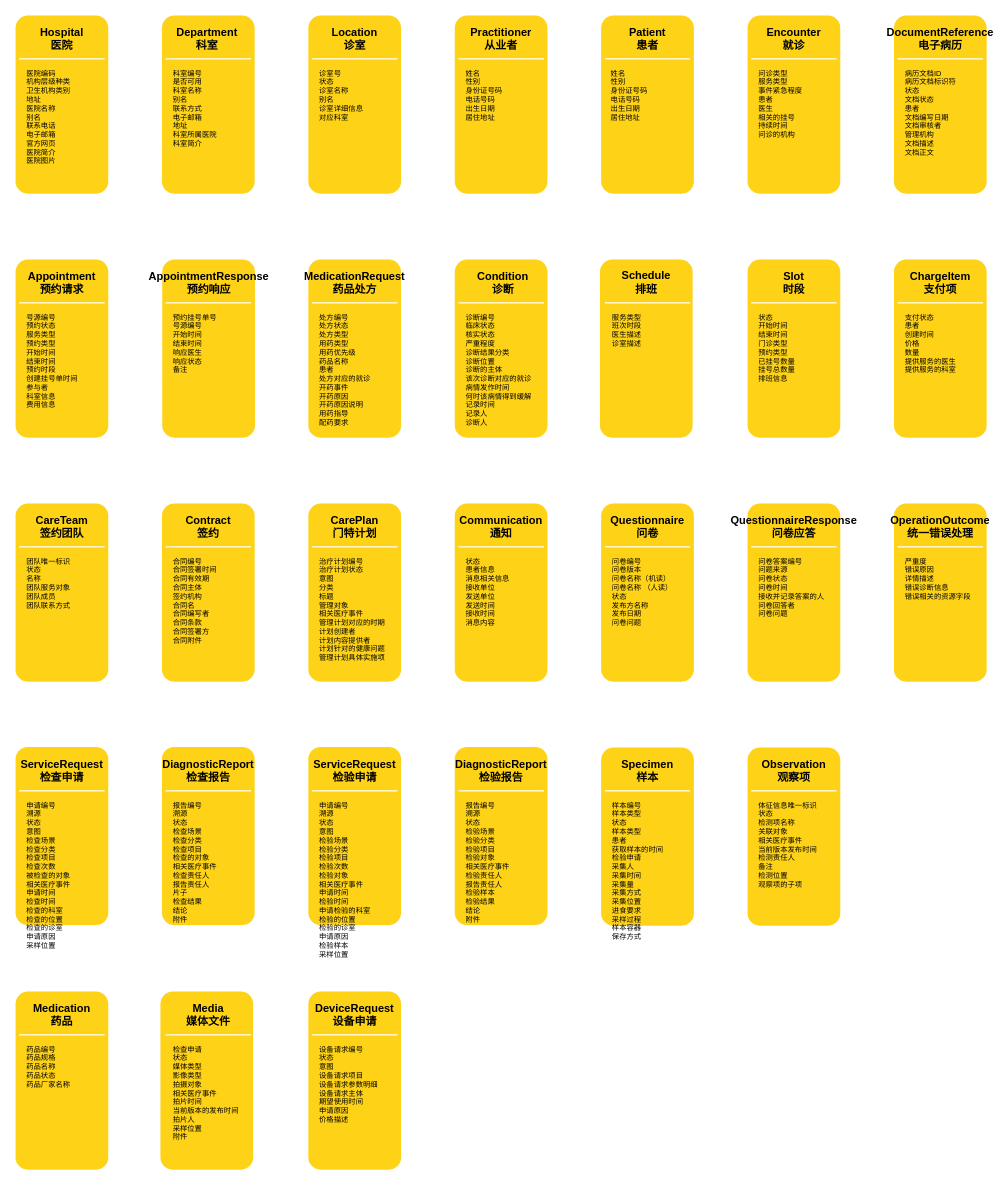
gingili/diagram keeps this draw.io diagram as 新都医共体核心数据集.drawio. Above is the earlier version. Source tidied: cells renumbered, new cells numbered last; positions are measured from the earlier drawing's top-left corner, leaving out a move shared by most shapes. Both pictures are drawn from the tidied source at 61%, with x=0, y=0 at pixel (13, 13).
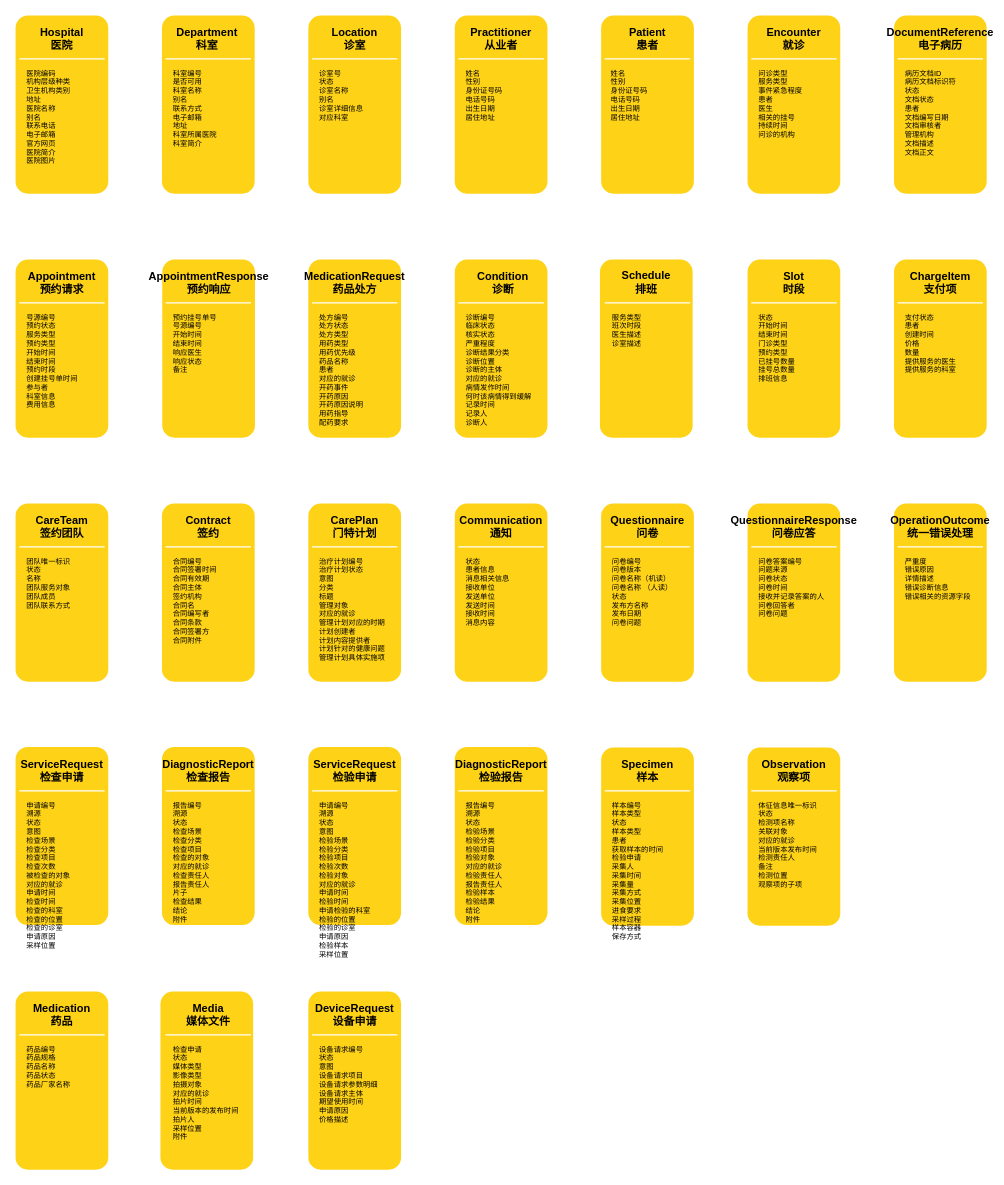
The same diagram, later.

The edit, as a diff of the source:
```diff
@@
-    <mxCell id="16" value="处方编号&lt;br style=&quot;font-size: 12px&quot;&gt;处方状态&lt;br style=&quot;font-size: 12px&quot;&gt;处方类型&lt;br style=&quot;font-size: 12px&quot;&gt;用药类型&lt;br style=&quot;font-size: 12px&quot;&gt;用药优先级&lt;br style=&quot;font-size: 12px&quot;&gt;药品名称&lt;br style=&quot;font-size: 12px&quot;&gt;患者&lt;br style=&quot;font-size: 12px&quot;&gt;处方对应的就诊&lt;br style=&quot;font-size: 12px&quot;&gt;开药事件&lt;br style=&quot;font-size: 12px&quot;&gt;开药原因&lt;br style=&quot;font-size: 12px&quot;&gt;开药原因说明&lt;br style=&quot;font-size: 12px&quot;&gt;用药指导&lt;br style=&quot;font-size: 12px&quot;&gt;配药要求" style="text;html=1;strokeColor=none;fillColor=none;align=left;verticalAlign=top;whiteSpace=wrap;rounded=0;shadow=0;fontSize=12;fontColor=#000000;" parent="1" vertex="1">
+    <mxCell id="16" value="处方编号&lt;br style=&quot;font-size: 12px&quot;&gt;处方状态&lt;br style=&quot;font-size: 12px&quot;&gt;处方类型&lt;br style=&quot;font-size: 12px&quot;&gt;用药类型&lt;br style=&quot;font-size: 12px&quot;&gt;用药优先级&lt;br style=&quot;font-size: 12px&quot;&gt;药品名称&lt;br style=&quot;font-size: 12px&quot;&gt;患者&lt;br style=&quot;font-size: 12px&quot;&gt;对应的就诊&lt;br style=&quot;font-size: 12px&quot;&gt;开药事件&lt;br style=&quot;font-size: 12px&quot;&gt;开药原因&lt;br style=&quot;font-size: 12px&quot;&gt;开药原因说明&lt;br style=&quot;font-size: 12px&quot;&gt;用药指导&lt;br style=&quot;font-size: 12px&quot;&gt;配药要求" style="text;html=1;strokeColor=none;fillColor=none;align=left;verticalAlign=top;whiteSpace=wrap;rounded=0;shadow=0;fontSize=12;fontColor=#000000;" parent="1" vertex="1">
       <mxGeometry x="500" y="485" width="120" height="200" as="geometry" />
     </mxCell>
@@
-    <mxCell id="39" value="&lt;div style=&quot;font-size: 12px&quot;&gt;治疗计划编号&lt;/div&gt;&lt;div style=&quot;font-size: 12px&quot;&gt;治疗计划状态&lt;/div&gt;&lt;div style=&quot;font-size: 12px&quot;&gt;意图&lt;/div&gt;&lt;div style=&quot;font-size: 12px&quot;&gt;分类&lt;/div&gt;&lt;div style=&quot;font-size: 12px&quot;&gt;标题&lt;/div&gt;&lt;div style=&quot;font-size: 12px&quot;&gt;管理对象&lt;/div&gt;&lt;div style=&quot;font-size: 12px&quot;&gt;相关医疗事件&lt;/div&gt;&lt;div style=&quot;font-size: 12px&quot;&gt;管理计划对应的时期&lt;/div&gt;&lt;div style=&quot;font-size: 12px&quot;&gt;计划创建者&lt;/div&gt;&lt;div style=&quot;font-size: 12px&quot;&gt;计划内容提供者&lt;/div&gt;&lt;div style=&quot;font-size: 12px&quot;&gt;计划针对的健康问题&lt;/div&gt;&lt;div style=&quot;font-size: 12px&quot;&gt;管理计划具体实施项&lt;/div&gt;&lt;div style=&quot;font-size: 12px&quot;&gt;&lt;br style=&quot;font-size: 12px&quot;&gt;&lt;/div&gt;" style="text;html=1;strokeColor=none;fillColor=none;align=left;verticalAlign=top;whiteSpace=wrap;rounded=0;shadow=0;fontSize=12;fontColor=#000000;" parent="1" vertex="1">
+    <mxCell id="39" value="&lt;div style=&quot;font-size: 12px&quot;&gt;治疗计划编号&lt;/div&gt;&lt;div style=&quot;font-size: 12px&quot;&gt;治疗计划状态&lt;/div&gt;&lt;div style=&quot;font-size: 12px&quot;&gt;意图&lt;/div&gt;&lt;div style=&quot;font-size: 12px&quot;&gt;分类&lt;/div&gt;&lt;div style=&quot;font-size: 12px&quot;&gt;标题&lt;/div&gt;&lt;div style=&quot;font-size: 12px&quot;&gt;管理对象&lt;/div&gt;&lt;div style=&quot;font-size: 12px&quot;&gt;对应的就诊&lt;br&gt;&lt;/div&gt;&lt;div style=&quot;font-size: 12px&quot;&gt;管理计划对应的时期&lt;/div&gt;&lt;div style=&quot;font-size: 12px&quot;&gt;计划创建者&lt;/div&gt;&lt;div style=&quot;font-size: 12px&quot;&gt;计划内容提供者&lt;/div&gt;&lt;div style=&quot;font-size: 12px&quot;&gt;计划针对的健康问题&lt;/div&gt;&lt;div style=&quot;font-size: 12px&quot;&gt;管理计划具体实施项&lt;/div&gt;&lt;div style=&quot;font-size: 12px&quot;&gt;&lt;br style=&quot;font-size: 12px&quot;&gt;&lt;/div&gt;" style="text;html=1;strokeColor=none;fillColor=none;align=left;verticalAlign=top;whiteSpace=wrap;rounded=0;shadow=0;fontSize=12;fontColor=#000000;" parent="1" vertex="1">
       <mxGeometry x="500" y="885" width="120" height="200" as="geometry" />
     </mxCell>
@@
-    <mxCell id="51" value="&lt;div style=&quot;font-size: 12px&quot;&gt;诊断编号&lt;/div&gt;&lt;div style=&quot;font-size: 12px&quot;&gt;临床状态&lt;/div&gt;&lt;div style=&quot;font-size: 12px&quot;&gt;核实状态&lt;/div&gt;&lt;div style=&quot;font-size: 12px&quot;&gt;严重程度&lt;/div&gt;&lt;div style=&quot;font-size: 12px&quot;&gt;诊断结果分类&lt;/div&gt;&lt;div style=&quot;font-size: 12px&quot;&gt;诊断位置&lt;/div&gt;&lt;div style=&quot;font-size: 12px&quot;&gt;诊断的主体&lt;/div&gt;&lt;div style=&quot;font-size: 12px&quot;&gt;该次诊断对应的就诊&lt;/div&gt;&lt;div style=&quot;font-size: 12px&quot;&gt;病情发作时间&lt;/div&gt;&lt;div style=&quot;font-size: 12px&quot;&gt;何时该病情得到缓解&lt;/div&gt;&lt;div style=&quot;font-size: 12px&quot;&gt;记录时间&lt;/div&gt;&lt;div style=&quot;font-size: 12px&quot;&gt;记录人&lt;/div&gt;&lt;div style=&quot;font-size: 12px&quot;&gt;诊断人&lt;/div&gt;&lt;div style=&quot;font-size: 12px&quot;&gt;&lt;br style=&quot;font-size: 12px&quot;&gt;&lt;/div&gt;" style="text;html=1;strokeColor=none;fillColor=none;align=left;verticalAlign=top;whiteSpace=wrap;rounded=0;shadow=0;fontSize=12;fontColor=#000000;" parent="1" vertex="1">
+    <mxCell id="51" value="&lt;div style=&quot;font-size: 12px&quot;&gt;诊断编号&lt;/div&gt;&lt;div style=&quot;font-size: 12px&quot;&gt;临床状态&lt;/div&gt;&lt;div style=&quot;font-size: 12px&quot;&gt;核实状态&lt;/div&gt;&lt;div style=&quot;font-size: 12px&quot;&gt;严重程度&lt;/div&gt;&lt;div style=&quot;font-size: 12px&quot;&gt;诊断结果分类&lt;/div&gt;&lt;div style=&quot;font-size: 12px&quot;&gt;诊断位置&lt;/div&gt;&lt;div style=&quot;font-size: 12px&quot;&gt;诊断的主体&lt;/div&gt;&lt;div style=&quot;font-size: 12px&quot;&gt;对应的就诊&lt;/div&gt;&lt;div style=&quot;font-size: 12px&quot;&gt;病情发作时间&lt;/div&gt;&lt;div style=&quot;font-size: 12px&quot;&gt;何时该病情得到缓解&lt;/div&gt;&lt;div style=&quot;font-size: 12px&quot;&gt;记录时间&lt;/div&gt;&lt;div style=&quot;font-size: 12px&quot;&gt;记录人&lt;/div&gt;&lt;div style=&quot;font-size: 12px&quot;&gt;诊断人&lt;/div&gt;&lt;div style=&quot;font-size: 12px&quot;&gt;&lt;br style=&quot;font-size: 12px&quot;&gt;&lt;/div&gt;" style="text;html=1;strokeColor=none;fillColor=none;align=left;verticalAlign=top;whiteSpace=wrap;rounded=0;shadow=0;fontSize=12;fontColor=#000000;" parent="1" vertex="1">
       <mxGeometry x="740" y="485" width="120" height="200" as="geometry" />
     </mxCell>
@@
-    <mxCell id="60" value="&lt;div style=&quot;font-size: 12px;&quot;&gt;报告编号&lt;/div&gt;&lt;div style=&quot;font-size: 12px;&quot;&gt;溯源&lt;/div&gt;&lt;div style=&quot;font-size: 12px;&quot;&gt;状态&lt;/div&gt;&lt;div style=&quot;font-size: 12px;&quot;&gt;检查场景&lt;/div&gt;&lt;div style=&quot;font-size: 12px;&quot;&gt;检查分类&lt;/div&gt;&lt;div style=&quot;font-size: 12px;&quot;&gt;检查项目&lt;/div&gt;&lt;div style=&quot;font-size: 12px;&quot;&gt;检查的对象&lt;/div&gt;&lt;div style=&quot;font-size: 12px;&quot;&gt;相关医疗事件&lt;/div&gt;&lt;div style=&quot;font-size: 12px;&quot;&gt;检查责任人&lt;/div&gt;&lt;div style=&quot;font-size: 12px;&quot;&gt;报告责任人&lt;/div&gt;&lt;div style=&quot;font-size: 12px;&quot;&gt;片子&lt;/div&gt;&lt;div style=&quot;font-size: 12px;&quot;&gt;检查结果&lt;/div&gt;&lt;div style=&quot;font-size: 12px;&quot;&gt;结论&lt;/div&gt;&lt;div style=&quot;font-size: 12px;&quot;&gt;附件&lt;/div&gt;" style="text;html=1;strokeColor=none;fillColor=none;align=left;verticalAlign=top;whiteSpace=wrap;rounded=0;shadow=0;fontSize=12;fontColor=#000000;" parent="1" vertex="1">
+    <mxCell id="60" value="&lt;div style=&quot;font-size: 12px&quot;&gt;报告编号&lt;/div&gt;&lt;div style=&quot;font-size: 12px&quot;&gt;溯源&lt;/div&gt;&lt;div style=&quot;font-size: 12px&quot;&gt;状态&lt;/div&gt;&lt;div style=&quot;font-size: 12px&quot;&gt;检查场景&lt;/div&gt;&lt;div style=&quot;font-size: 12px&quot;&gt;检查分类&lt;/div&gt;&lt;div style=&quot;font-size: 12px&quot;&gt;检查项目&lt;/div&gt;&lt;div style=&quot;font-size: 12px&quot;&gt;检查的对象&lt;/div&gt;&lt;div style=&quot;font-size: 12px&quot;&gt;对应的就诊&lt;br&gt;&lt;/div&gt;&lt;div style=&quot;font-size: 12px&quot;&gt;检查责任人&lt;/div&gt;&lt;div style=&quot;font-size: 12px&quot;&gt;报告责任人&lt;/div&gt;&lt;div style=&quot;font-size: 12px&quot;&gt;片子&lt;/div&gt;&lt;div style=&quot;font-size: 12px&quot;&gt;检查结果&lt;/div&gt;&lt;div style=&quot;font-size: 12px&quot;&gt;结论&lt;/div&gt;&lt;div style=&quot;font-size: 12px&quot;&gt;附件&lt;/div&gt;" style="text;html=1;strokeColor=none;fillColor=none;align=left;verticalAlign=top;whiteSpace=wrap;rounded=0;shadow=0;fontSize=12;fontColor=#000000;" parent="1" vertex="1">
       <mxGeometry x="260" y="1285" width="120" height="200" as="geometry" />
     </mxCell>
@@
-    <mxCell id="79" value="&lt;div style=&quot;font-size: 12px;&quot;&gt;体征信息唯一标识&lt;/div&gt;&lt;div style=&quot;font-size: 12px;&quot;&gt;状态&lt;/div&gt;&lt;div style=&quot;font-size: 12px;&quot;&gt;检测项名称&lt;/div&gt;&lt;div style=&quot;font-size: 12px;&quot;&gt;关联对象&lt;/div&gt;&lt;div style=&quot;font-size: 12px;&quot;&gt;相关医疗事件&lt;/div&gt;&lt;div style=&quot;font-size: 12px;&quot;&gt;当前版本发布时间&lt;/div&gt;&lt;div style=&quot;font-size: 12px;&quot;&gt;检测责任人&lt;/div&gt;&lt;div style=&quot;font-size: 12px;&quot;&gt;备注&lt;/div&gt;&lt;div style=&quot;font-size: 12px;&quot;&gt;检测位置&lt;/div&gt;&lt;div style=&quot;font-size: 12px;&quot;&gt;观察项的子项&lt;/div&gt;&lt;div style=&quot;font-size: 12px;&quot;&gt;&lt;br style=&quot;font-size: 12px;&quot;&gt;&lt;/div&gt;" style="text;html=1;strokeColor=none;fillColor=none;align=left;verticalAlign=top;whiteSpace=wrap;rounded=0;shadow=0;fontSize=12;fontColor=#000000;" parent="1" vertex="1">
+    <mxCell id="79" value="&lt;div style=&quot;font-size: 12px&quot;&gt;体征信息唯一标识&lt;/div&gt;&lt;div style=&quot;font-size: 12px&quot;&gt;状态&lt;/div&gt;&lt;div style=&quot;font-size: 12px&quot;&gt;检测项名称&lt;/div&gt;&lt;div style=&quot;font-size: 12px&quot;&gt;关联对象&lt;/div&gt;&lt;div style=&quot;font-size: 12px&quot;&gt;对应的就诊&lt;br&gt;&lt;/div&gt;&lt;div style=&quot;font-size: 12px&quot;&gt;当前版本发布时间&lt;/div&gt;&lt;div style=&quot;font-size: 12px&quot;&gt;检测责任人&lt;/div&gt;&lt;div style=&quot;font-size: 12px&quot;&gt;备注&lt;/div&gt;&lt;div style=&quot;font-size: 12px&quot;&gt;检测位置&lt;/div&gt;&lt;div style=&quot;font-size: 12px&quot;&gt;观察项的子项&lt;/div&gt;&lt;div style=&quot;font-size: 12px&quot;&gt;&lt;br style=&quot;font-size: 12px&quot;&gt;&lt;/div&gt;" style="text;html=1;strokeColor=none;fillColor=none;align=left;verticalAlign=top;whiteSpace=wrap;rounded=0;shadow=0;fontSize=12;fontColor=#000000;" parent="1" vertex="1">
       <mxGeometry x="1220" y="1285" width="120" height="200" as="geometry" />
     </mxCell>
@@
-    <mxCell id="87" value="&lt;div style=&quot;font-size: 12px;&quot;&gt;&lt;div style=&quot;font-size: 12px;&quot;&gt;申请编号&lt;/div&gt;&lt;div style=&quot;font-size: 12px;&quot;&gt;溯源&lt;/div&gt;&lt;div style=&quot;font-size: 12px;&quot;&gt;状态&lt;/div&gt;&lt;div style=&quot;font-size: 12px;&quot;&gt;意图&lt;/div&gt;&lt;div style=&quot;font-size: 12px;&quot;&gt;检验场景&lt;/div&gt;&lt;div style=&quot;font-size: 12px;&quot;&gt;检验分类&lt;/div&gt;&lt;div style=&quot;font-size: 12px;&quot;&gt;检验项目&lt;/div&gt;&lt;div style=&quot;font-size: 12px;&quot;&gt;检验次数&lt;/div&gt;&lt;div style=&quot;font-size: 12px;&quot;&gt;检验对象&lt;/div&gt;&lt;div style=&quot;font-size: 12px;&quot;&gt;相关医疗事件&lt;/div&gt;&lt;div style=&quot;font-size: 12px;&quot;&gt;申请时间&lt;/div&gt;&lt;div style=&quot;font-size: 12px;&quot;&gt;检验时间&lt;/div&gt;&lt;div style=&quot;font-size: 12px;&quot;&gt;申请检验的科室&lt;/div&gt;&lt;div style=&quot;font-size: 12px;&quot;&gt;检验的位置&lt;/div&gt;&lt;div style=&quot;font-size: 12px;&quot;&gt;检验的诊室&lt;/div&gt;&lt;div style=&quot;font-size: 12px;&quot;&gt;申请原因&lt;/div&gt;&lt;div style=&quot;font-size: 12px;&quot;&gt;检验样本&lt;/div&gt;&lt;div style=&quot;font-size: 12px;&quot;&gt;采样位置&lt;/div&gt;&lt;/div&gt;" style="text;html=1;strokeColor=none;fillColor=none;align=left;verticalAlign=top;whiteSpace=wrap;rounded=0;shadow=0;fontSize=12;fontColor=#000000;" parent="1" vertex="1">
+    <mxCell id="87" value="&lt;div style=&quot;font-size: 12px&quot;&gt;&lt;div style=&quot;font-size: 12px&quot;&gt;申请编号&lt;/div&gt;&lt;div style=&quot;font-size: 12px&quot;&gt;溯源&lt;/div&gt;&lt;div style=&quot;font-size: 12px&quot;&gt;状态&lt;/div&gt;&lt;div style=&quot;font-size: 12px&quot;&gt;意图&lt;/div&gt;&lt;div style=&quot;font-size: 12px&quot;&gt;检验场景&lt;/div&gt;&lt;div style=&quot;font-size: 12px&quot;&gt;检验分类&lt;/div&gt;&lt;div style=&quot;font-size: 12px&quot;&gt;检验项目&lt;/div&gt;&lt;div style=&quot;font-size: 12px&quot;&gt;检验次数&lt;/div&gt;&lt;div style=&quot;font-size: 12px&quot;&gt;检验对象&lt;/div&gt;&lt;div style=&quot;font-size: 12px&quot;&gt;对应的就诊&lt;br&gt;&lt;/div&gt;&lt;div style=&quot;font-size: 12px&quot;&gt;申请时间&lt;/div&gt;&lt;div style=&quot;font-size: 12px&quot;&gt;检验时间&lt;/div&gt;&lt;div style=&quot;font-size: 12px&quot;&gt;申请检验的科室&lt;/div&gt;&lt;div style=&quot;font-size: 12px&quot;&gt;检验的位置&lt;/div&gt;&lt;div style=&quot;font-size: 12px&quot;&gt;检验的诊室&lt;/div&gt;&lt;div style=&quot;font-size: 12px&quot;&gt;申请原因&lt;/div&gt;&lt;div style=&quot;font-size: 12px&quot;&gt;检验样本&lt;/div&gt;&lt;div style=&quot;font-size: 12px&quot;&gt;采样位置&lt;/div&gt;&lt;/div&gt;" style="text;html=1;strokeColor=none;fillColor=none;align=left;verticalAlign=top;whiteSpace=wrap;rounded=0;shadow=0;fontSize=12;fontColor=#000000;" parent="1" vertex="1">
       <mxGeometry x="500" y="1285" width="120" height="200" as="geometry" />
     </mxCell>
@@
-    <mxCell id="91" value="&lt;div style=&quot;font-size: 12px;&quot;&gt;&lt;div style=&quot;font-size: 12px;&quot;&gt;报告编号&lt;/div&gt;&lt;div style=&quot;font-size: 12px;&quot;&gt;溯源&lt;/div&gt;&lt;div style=&quot;font-size: 12px;&quot;&gt;状态&lt;/div&gt;&lt;div style=&quot;font-size: 12px;&quot;&gt;检验场景&lt;/div&gt;&lt;div style=&quot;font-size: 12px;&quot;&gt;检验分类&lt;/div&gt;&lt;div style=&quot;font-size: 12px;&quot;&gt;检验项目&lt;/div&gt;&lt;div style=&quot;font-size: 12px;&quot;&gt;检验对象&lt;/div&gt;&lt;div style=&quot;font-size: 12px;&quot;&gt;相关医疗事件&lt;/div&gt;&lt;div style=&quot;font-size: 12px;&quot;&gt;检验责任人&lt;/div&gt;&lt;div style=&quot;font-size: 12px;&quot;&gt;报告责任人&lt;/div&gt;&lt;div style=&quot;font-size: 12px;&quot;&gt;检验样本&lt;/div&gt;&lt;div style=&quot;font-size: 12px;&quot;&gt;检验结果&lt;/div&gt;&lt;div style=&quot;font-size: 12px;&quot;&gt;结论&lt;/div&gt;&lt;div style=&quot;font-size: 12px;&quot;&gt;附件&lt;/div&gt;&lt;/div&gt;" style="text;html=1;strokeColor=none;fillColor=none;align=left;verticalAlign=top;whiteSpace=wrap;rounded=0;shadow=0;fontSize=12;fontColor=#000000;" parent="1" vertex="1">
+    <mxCell id="91" value="&lt;div style=&quot;font-size: 12px&quot;&gt;&lt;div style=&quot;font-size: 12px&quot;&gt;报告编号&lt;/div&gt;&lt;div style=&quot;font-size: 12px&quot;&gt;溯源&lt;/div&gt;&lt;div style=&quot;font-size: 12px&quot;&gt;状态&lt;/div&gt;&lt;div style=&quot;font-size: 12px&quot;&gt;检验场景&lt;/div&gt;&lt;div style=&quot;font-size: 12px&quot;&gt;检验分类&lt;/div&gt;&lt;div style=&quot;font-size: 12px&quot;&gt;检验项目&lt;/div&gt;&lt;div style=&quot;font-size: 12px&quot;&gt;检验对象&lt;/div&gt;&lt;div style=&quot;font-size: 12px&quot;&gt;对应的就诊&lt;br&gt;&lt;/div&gt;&lt;div style=&quot;font-size: 12px&quot;&gt;检验责任人&lt;/div&gt;&lt;div style=&quot;font-size: 12px&quot;&gt;报告责任人&lt;/div&gt;&lt;div style=&quot;font-size: 12px&quot;&gt;检验样本&lt;/div&gt;&lt;div style=&quot;font-size: 12px&quot;&gt;检验结果&lt;/div&gt;&lt;div style=&quot;font-size: 12px&quot;&gt;结论&lt;/div&gt;&lt;div style=&quot;font-size: 12px&quot;&gt;附件&lt;/div&gt;&lt;/div&gt;" style="text;html=1;strokeColor=none;fillColor=none;align=left;verticalAlign=top;whiteSpace=wrap;rounded=0;shadow=0;fontSize=12;fontColor=#000000;" parent="1" vertex="1">
       <mxGeometry x="740" y="1285" width="120" height="200" as="geometry" />
     </mxCell>
@@
-    <mxCell id="95" value="&lt;div style=&quot;font-size: 12px;&quot;&gt;申请编号&lt;/div&gt;&lt;div style=&quot;font-size: 12px;&quot;&gt;溯源&lt;/div&gt;&lt;div style=&quot;font-size: 12px;&quot;&gt;状态&lt;/div&gt;&lt;div style=&quot;font-size: 12px;&quot;&gt;意图&lt;/div&gt;&lt;div style=&quot;font-size: 12px;&quot;&gt;检查场景&lt;/div&gt;&lt;div style=&quot;font-size: 12px;&quot;&gt;检查分类&lt;/div&gt;&lt;div style=&quot;font-size: 12px;&quot;&gt;检查项目&lt;/div&gt;&lt;div style=&quot;font-size: 12px;&quot;&gt;检查次数&lt;/div&gt;&lt;div style=&quot;font-size: 12px;&quot;&gt;被检查的对象&lt;/div&gt;&lt;div style=&quot;font-size: 12px;&quot;&gt;相关医疗事件&lt;/div&gt;&lt;div style=&quot;font-size: 12px;&quot;&gt;申请时间&lt;/div&gt;&lt;div style=&quot;font-size: 12px;&quot;&gt;检查时间&lt;/div&gt;&lt;div style=&quot;font-size: 12px;&quot;&gt;检查的科室&lt;/div&gt;&lt;div style=&quot;font-size: 12px;&quot;&gt;检查的位置&lt;/div&gt;&lt;div style=&quot;font-size: 12px;&quot;&gt;检查的诊室&lt;/div&gt;&lt;div style=&quot;font-size: 12px;&quot;&gt;申请原因&lt;/div&gt;&lt;div style=&quot;font-size: 12px;&quot;&gt;采样位置&lt;/div&gt;" style="text;html=1;strokeColor=none;fillColor=none;align=left;verticalAlign=top;whiteSpace=wrap;rounded=0;shadow=0;fontSize=12;fontColor=#000000;" parent="1" vertex="1">
+    <mxCell id="95" value="&lt;div style=&quot;font-size: 12px&quot;&gt;申请编号&lt;/div&gt;&lt;div style=&quot;font-size: 12px&quot;&gt;溯源&lt;/div&gt;&lt;div style=&quot;font-size: 12px&quot;&gt;状态&lt;/div&gt;&lt;div style=&quot;font-size: 12px&quot;&gt;意图&lt;/div&gt;&lt;div style=&quot;font-size: 12px&quot;&gt;检查场景&lt;/div&gt;&lt;div style=&quot;font-size: 12px&quot;&gt;检查分类&lt;/div&gt;&lt;div style=&quot;font-size: 12px&quot;&gt;检查项目&lt;/div&gt;&lt;div style=&quot;font-size: 12px&quot;&gt;检查次数&lt;/div&gt;&lt;div style=&quot;font-size: 12px&quot;&gt;被检查的对象&lt;/div&gt;&lt;div style=&quot;font-size: 12px&quot;&gt;对应的就诊&lt;br&gt;&lt;/div&gt;&lt;div style=&quot;font-size: 12px&quot;&gt;申请时间&lt;/div&gt;&lt;div style=&quot;font-size: 12px&quot;&gt;检查时间&lt;/div&gt;&lt;div style=&quot;font-size: 12px&quot;&gt;检查的科室&lt;/div&gt;&lt;div style=&quot;font-size: 12px&quot;&gt;检查的位置&lt;/div&gt;&lt;div style=&quot;font-size: 12px&quot;&gt;检查的诊室&lt;/div&gt;&lt;div style=&quot;font-size: 12px&quot;&gt;申请原因&lt;/div&gt;&lt;div style=&quot;font-size: 12px&quot;&gt;采样位置&lt;/div&gt;" style="text;html=1;strokeColor=none;fillColor=none;align=left;verticalAlign=top;whiteSpace=wrap;rounded=0;shadow=0;fontSize=12;fontColor=#000000;" parent="1" vertex="1">
       <mxGeometry x="20" y="1285" width="120" height="200" as="geometry" />
     </mxCell>
@@
-    <mxCell id="119" value="&lt;div style=&quot;font-size: 12px;&quot;&gt;检查申请&lt;/div&gt;&lt;div style=&quot;font-size: 12px;&quot;&gt;状态&lt;/div&gt;&lt;div style=&quot;font-size: 12px;&quot;&gt;媒体类型&lt;/div&gt;&lt;div style=&quot;font-size: 12px;&quot;&gt;影像类型&lt;/div&gt;&lt;div style=&quot;font-size: 12px;&quot;&gt;拍摄对象&lt;/div&gt;&lt;div style=&quot;font-size: 12px;&quot;&gt;相关医疗事件&lt;/div&gt;&lt;div style=&quot;font-size: 12px;&quot;&gt;拍片时间&lt;/div&gt;&lt;div style=&quot;font-size: 12px;&quot;&gt;当前版本的发布时间&lt;/div&gt;&lt;div style=&quot;font-size: 12px;&quot;&gt;拍片人&lt;/div&gt;&lt;div style=&quot;font-size: 12px;&quot;&gt;采样位置&lt;/div&gt;&lt;div style=&quot;font-size: 12px;&quot;&gt;附件&lt;/div&gt;" style="text;html=1;strokeColor=none;fillColor=none;align=left;verticalAlign=top;whiteSpace=wrap;rounded=0;shadow=0;fontSize=12;fontColor=#000000;" parent="1" vertex="1">
+    <mxCell id="119" value="&lt;div style=&quot;font-size: 12px&quot;&gt;检查申请&lt;/div&gt;&lt;div style=&quot;font-size: 12px&quot;&gt;状态&lt;/div&gt;&lt;div style=&quot;font-size: 12px&quot;&gt;媒体类型&lt;/div&gt;&lt;div style=&quot;font-size: 12px&quot;&gt;影像类型&lt;/div&gt;&lt;div style=&quot;font-size: 12px&quot;&gt;拍摄对象&lt;/div&gt;&lt;div style=&quot;font-size: 12px&quot;&gt;对应的就诊&lt;br&gt;&lt;/div&gt;&lt;div style=&quot;font-size: 12px&quot;&gt;拍片时间&lt;/div&gt;&lt;div style=&quot;font-size: 12px&quot;&gt;当前版本的发布时间&lt;/div&gt;&lt;div style=&quot;font-size: 12px&quot;&gt;拍片人&lt;/div&gt;&lt;div style=&quot;font-size: 12px&quot;&gt;采样位置&lt;/div&gt;&lt;div style=&quot;font-size: 12px&quot;&gt;附件&lt;/div&gt;" style="text;html=1;strokeColor=none;fillColor=none;align=left;verticalAlign=top;whiteSpace=wrap;rounded=0;shadow=0;fontSize=12;fontColor=#000000;" parent="1" vertex="1">
       <mxGeometry x="260" y="1685" width="120" height="200" as="geometry" />
     </mxCell>
```
